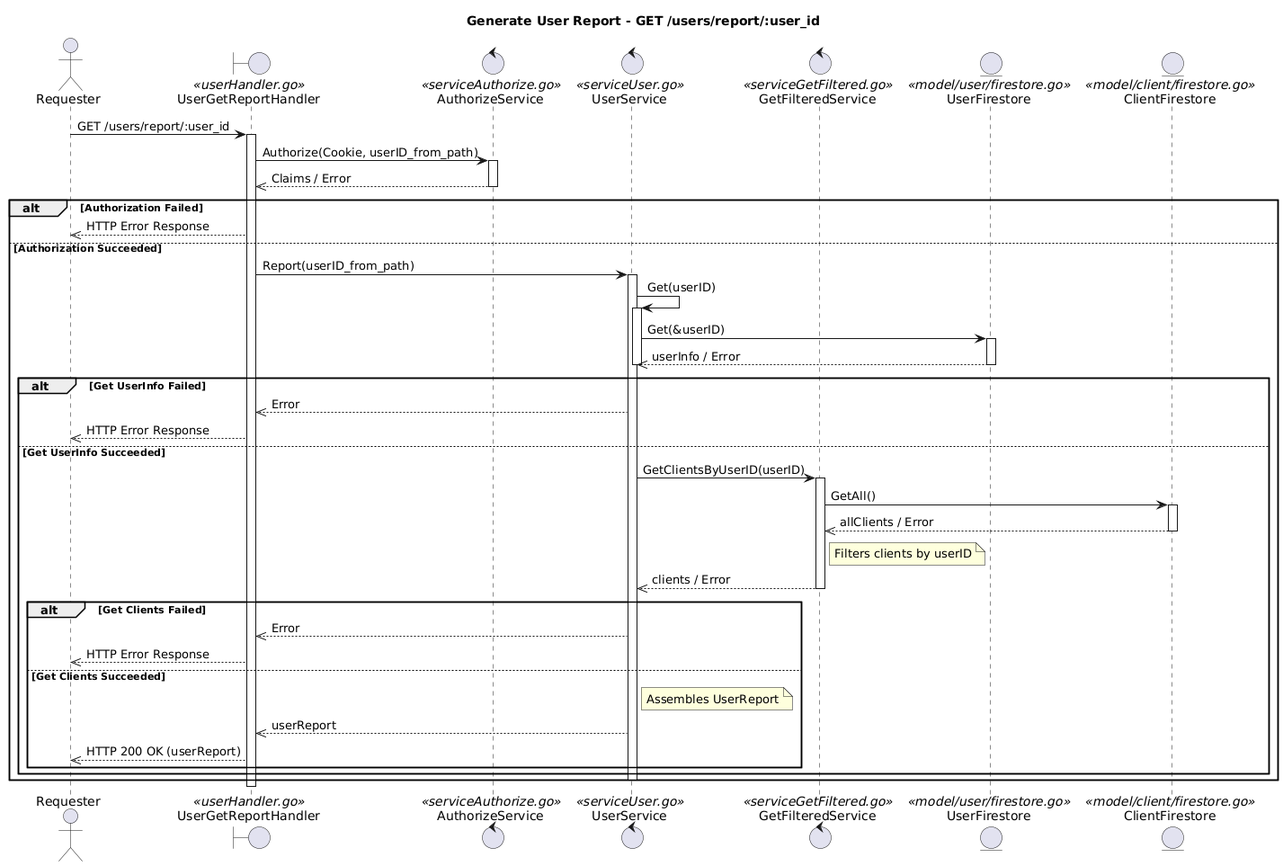
Earlier version of the PlantUML export docs/Report/SequenciaReportByUser.png (JulioKobayashiEbury/BankingAPI).
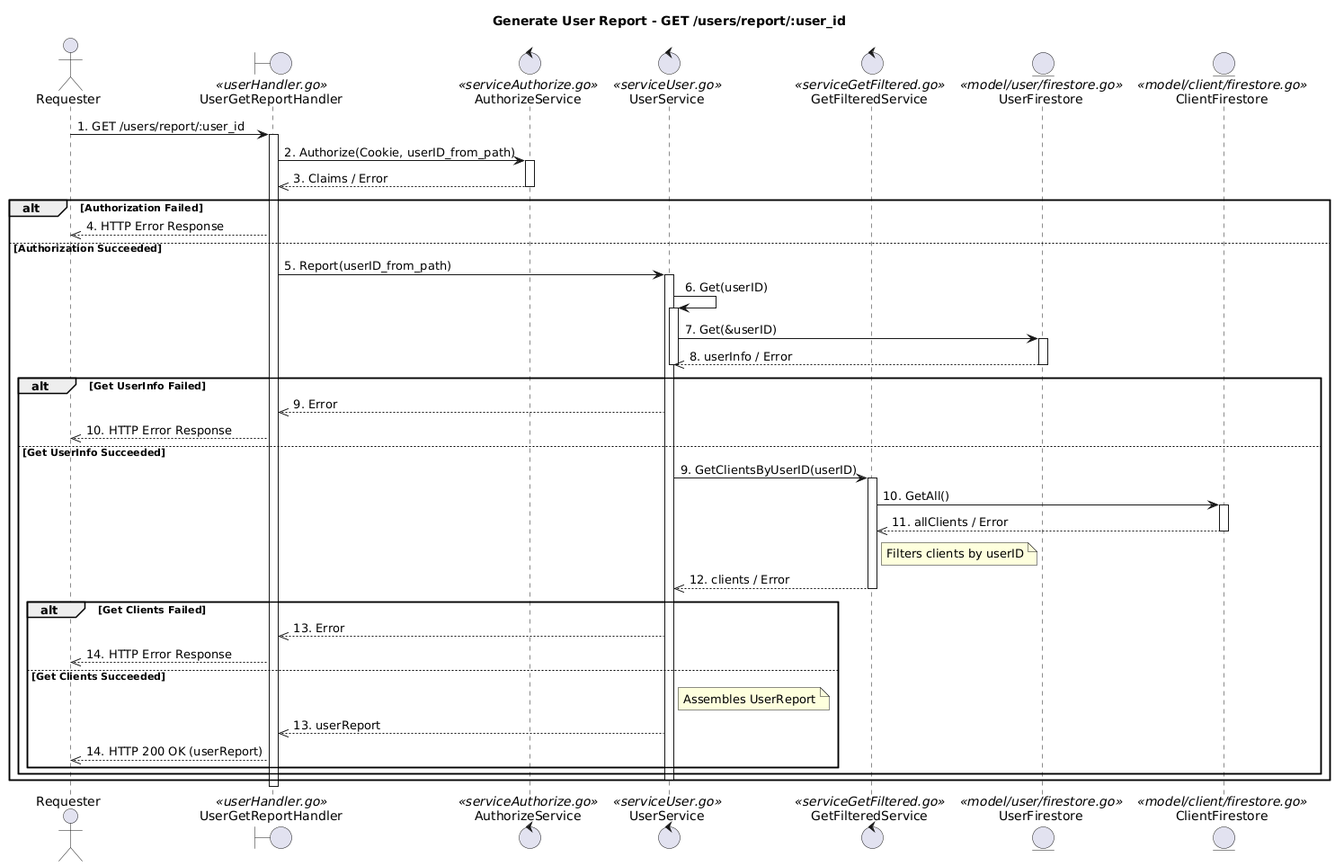
After the change.

Change to the diagram source:
```diff
@@ -9,49 +9,49 @@
 entity UserFirestore <<model/user/firestore.go>>
 entity ClientFirestore <<model/client/firestore.go>>
 
-Requester -> UserGetReportHandler : GET /users/report/:user_id
+Requester -> UserGetReportHandler : 1. GET /users/report/:user_id
 activate UserGetReportHandler
 
-UserGetReportHandler -> AuthorizeService : Authorize(Cookie, userID_from_path)
+UserGetReportHandler -> AuthorizeService : 2. Authorize(Cookie, userID_from_path)
 activate AuthorizeService
-AuthorizeService -->> UserGetReportHandler : Claims / Error
+AuthorizeService -->> UserGetReportHandler : 3. Claims / Error
 deactivate AuthorizeService
 
 alt Authorization Failed
-    UserGetReportHandler -->> Requester : HTTP Error Response
+    UserGetReportHandler -->> Requester : 4. HTTP Error Response
 else Authorization Succeeded
-    UserGetReportHandler -> UserService : Report(userID_from_path)
+    UserGetReportHandler -> UserService : 5. Report(userID_from_path)
     activate UserService
 
-    UserService -> UserService : Get(userID)
+    UserService -> UserService : 6. Get(userID)
     activate UserService
-    UserService -> UserFirestore : Get(&userID)
+    UserService -> UserFirestore : 7. Get(&userID)
     activate UserFirestore
-    UserFirestore -->> UserService : userInfo / Error
+    UserFirestore -->> UserService : 8. userInfo / Error
     deactivate UserFirestore
     deactivate UserService
 
     alt Get UserInfo Failed
-        UserService -->> UserGetReportHandler : Error
-        UserGetReportHandler -->> Requester : HTTP Error Response
+        UserService -->> UserGetReportHandler : 9. Error
+        UserGetReportHandler -->> Requester : 10. HTTP Error Response
     else Get UserInfo Succeeded
-        UserService -> GetFilteredService : GetClientsByUserID(userID)
+        UserService -> GetFilteredService : 9. GetClientsByUserID(userID)
         activate GetFilteredService
-        GetFilteredService -> ClientFirestore : GetAll()
+        GetFilteredService -> ClientFirestore : 10. GetAll()
         activate ClientFirestore
-        ClientFirestore -->> GetFilteredService : allClients / Error
+        ClientFirestore -->> GetFilteredService : 11. allClients / Error
         deactivate ClientFirestore
         note right of GetFilteredService : Filters clients by userID
-        GetFilteredService -->> UserService : clients / Error
+        GetFilteredService -->> UserService : 12. clients / Error
         deactivate GetFilteredService
 
         alt Get Clients Failed
-            UserService -->> UserGetReportHandler : Error
-            UserGetReportHandler -->> Requester : HTTP Error Response
+            UserService -->> UserGetReportHandler : 13. Error
+            UserGetReportHandler -->> Requester : 14. HTTP Error Response
         else Get Clients Succeeded
             note right of UserService : Assembles UserReport
-            UserService -->> UserGetReportHandler : userReport
-            UserGetReportHandler -->> Requester : HTTP 200 OK (userReport)
+            UserService -->> UserGetReportHandler : 13. userReport
+            UserGetReportHandler -->> Requester : 14. HTTP 200 OK (userReport)
         end
     end
     deactivate UserService
```
